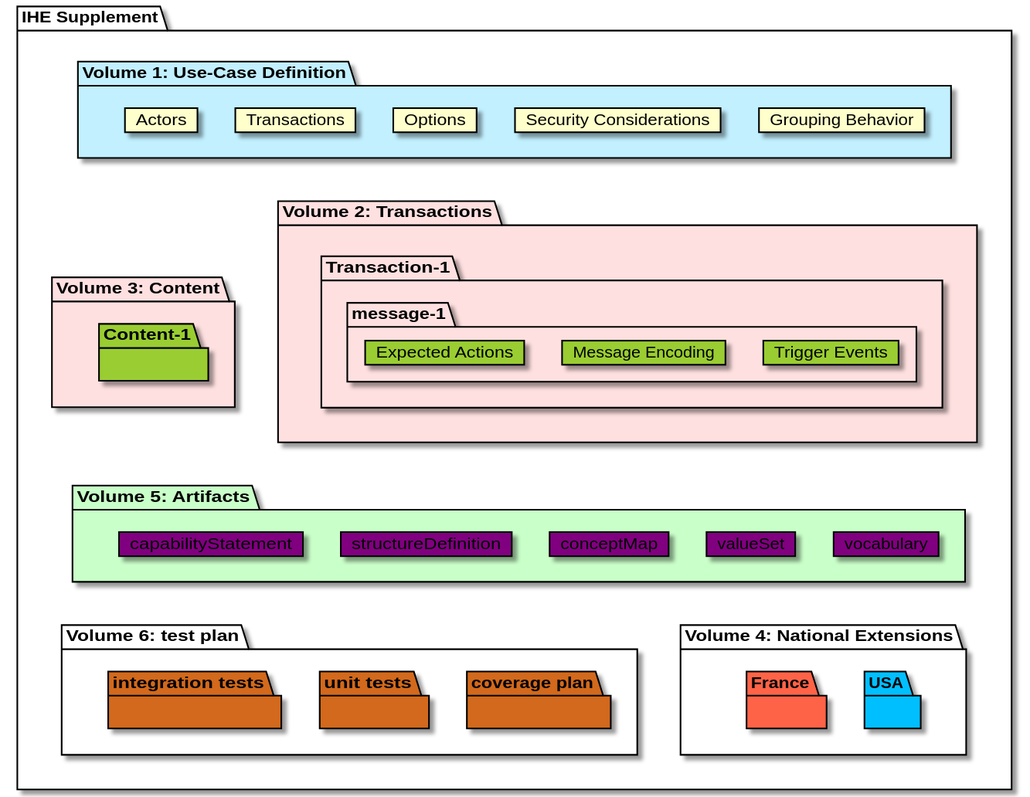
Earlier version of the PlantUML export classnotes/Organization.svg (IHE/supplement-template). Its diagram source:
```plantuml
@startuml
package "IHE Supplement" {

package "Volume 6: test plan" as v6 {
package "coverage plan" #Chocolate{
}
package "unit tests" #Chocolate{
}
package "integration tests" #Chocolate{
}
}


package "Volume 5: Artifacts" as v5 #TECHNOLOGY {
card vocabulary #Purple {
}
card valueSet #Purple {
}
card conceptMap #Purple {
}
card structureDefinition #Purple {
}
card capabilityStatement #Purple {
}
}

package "Volume 3: Content" as v3 #IMPLEMENTATION {
package Content-1 #YellowGreen {
}
}

package "Volume 2: Transactions" as v2 #IMPLEMENTATION {
package Transaction-1 #IMPLEMENTATION {
package message-1 {
card "Trigger Events" #YellowGreen {
}
card "Message Encoding" #YellowGreen {
}
card "Expected Actions" #YellowGreen {
}
}
}
}

package "Volume 4: National Extensions" as v4 {
Package USA #DeepSkyBlue {
}
package France #Tomato {
}
}

package "Volume 1: Use-Case Definition" as v1 #APPLICATION {

  card "Grouping Behavior" as gb  #BUSINESS{
}
  card "Security Considerations" as sc #BUSINESS{
}
  card Options  #BUSINESS{
}
  card Transactions  #BUSINESS{
}
  card Actors  #BUSINESS{
}
}

top to bottom direction
v1 --[hidden]> v2
v1 --[hidden]> v3
v2 --[hidden]> v5
v3 --[hidden]> v5
v5 --[hidden]> v4
v5 --[hidden]> v6
}
@enduml
```
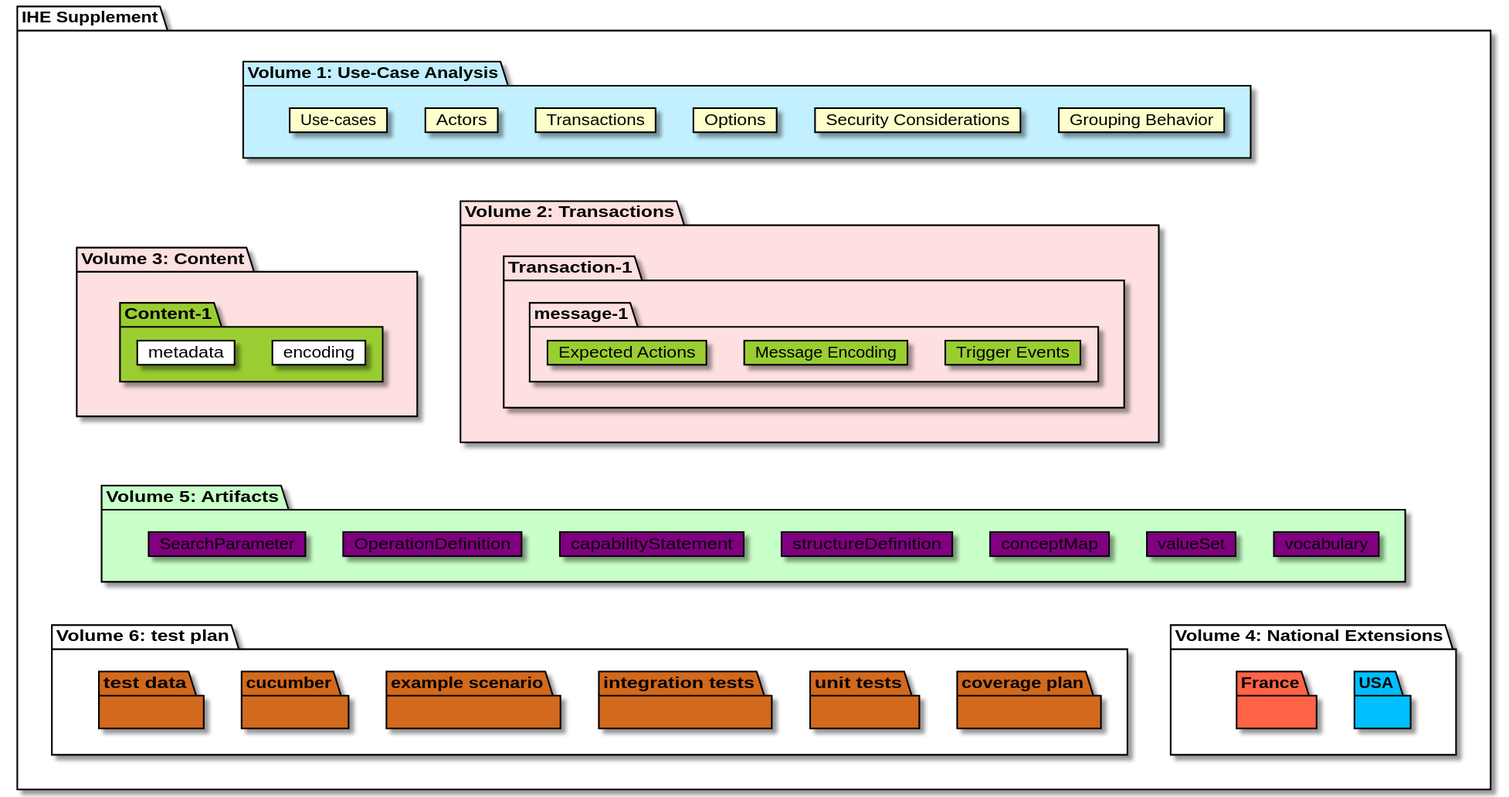
The same file after the commit.

Commit message:
added instructions explaining the supplement organization around the figure.

Diff of the diagram source:
```diff
@@ -1,67 +1,83 @@
 @startuml
 package "IHE Supplement" {
 
-package "Volume 6: test plan" as v6 {
-package "coverage plan" #Chocolate{
-}
-package "unit tests" #Chocolate{
-}
-package "integration tests" #Chocolate{
-}
-}
+  package "Volume 6: test plan" as v6 {
+    package "coverage plan" #Chocolate {
+    }
+    package "unit tests" #Chocolate {
+    }
+    package "integration tests" #Chocolate {
+    }
+    package "example scenario" #Chocolate {
+    }
+    package "cucumber" #Chocolate {
+    }
+    package "test data" #Chocolate {
+    }
+  }
 
 
-package "Volume 5: Artifacts" as v5 #TECHNOLOGY {
-card vocabulary #Purple {
-}
-card valueSet #Purple {
-}
-card conceptMap #Purple {
-}
-card structureDefinition #Purple {
-}
-card capabilityStatement #Purple {
-}
-}
+  package "Volume 5: Artifacts" as v5 #TECHNOLOGY {
+    card vocabulary #Purple {
+    }
+    card valueSet #Purple {
+    }
+    card conceptMap #Purple {
+    }
+    card structureDefinition #Purple {
+    }
+    card capabilityStatement #Purple {
+    }
+    card OperationDefinition #Purple {
+    }
+    card SearchParameter #Purple {
+    }
+  }
 
-package "Volume 3: Content" as v3 #IMPLEMENTATION {
-package Content-1 #YellowGreen {
-}
-}
+  package "Volume 3: Content" as v3 #IMPLEMENTATION {
+    package Content-1 #YellowGreen {
+      card encoding {
 
-package "Volume 2: Transactions" as v2 #IMPLEMENTATION {
-package Transaction-1 #IMPLEMENTATION {
-package message-1 {
-card "Trigger Events" #YellowGreen {
-}
-card "Message Encoding" #YellowGreen {
-}
-card "Expected Actions" #YellowGreen {
-}
-}
-}
-}
+      }
+      card metadata {
+      }
+    }
+  }
 
-package "Volume 4: National Extensions" as v4 {
-Package USA #DeepSkyBlue {
-}
-package France #Tomato {
-}
-}
+  package "Volume 2: Transactions" as v2 #IMPLEMENTATION {
+    package Transaction-1 #IMPLEMENTATION {
+      package message-1 {
+        card "Trigger Events" #YellowGreen {
+        }
+        card "Message Encoding" #YellowGreen {
+        }
+        card "Expected Actions" #YellowGreen {
+        }
+      }
+    }
+  }
 
-package "Volume 1: Use-Case Definition" as v1 #APPLICATION {
+  package "Volume 4: National Extensions" as v4 {
+    Package USA #DeepSkyBlue {
+    }
+    package France #Tomato {
+    }
+  }
 
-  card "Grouping Behavior" as gb  #BUSINESS{
-}
-  card "Security Considerations" as sc #BUSINESS{
-}
-  card Options  #BUSINESS{
-}
-  card Transactions  #BUSINESS{
-}
-  card Actors  #BUSINESS{
-}
-}
+  package "Volume 1: Use-Case Analysis" as v1 #APPLICATION {
+    card "Grouping Behavior" as gb  #BUSINESS{
+    }
+    card "Security Considerations" as sc #BUSINESS{
+    }
+    card Options  #BUSINESS{
+    }
+    card Transactions  #BUSINESS{
+    }
+    card Actors  #BUSINESS{
+    }
+    card Use-cases #BUSINESS{
+    }
+  }
 
 top to bottom direction
 v1 --[hidden]> v2
```
